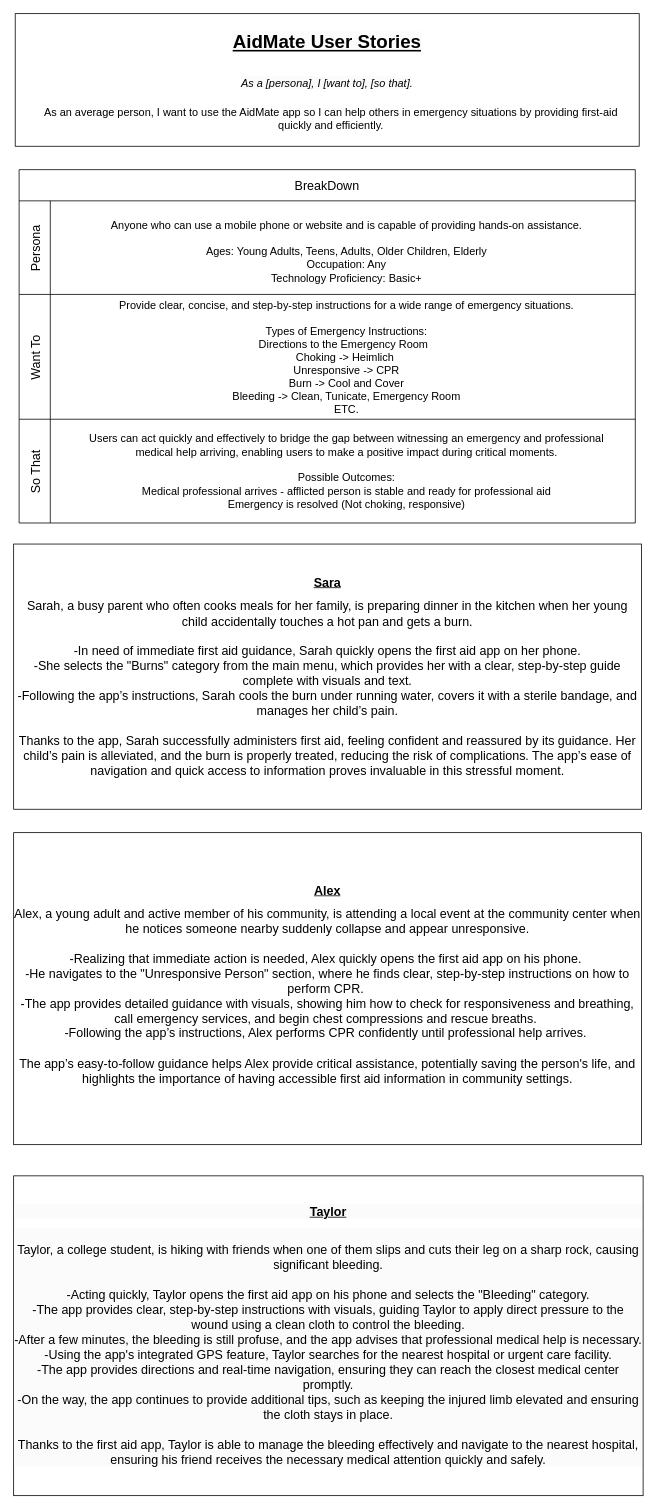
mfmarson/AidMate keeps this draw.io diagram as page "User Story" (3 of 11) of Untitled Diagram.drawio. Above is the earlier version. Source tidied: cells renumbered, new cells numbered last; positions are measured from the earlier drawing's top-left corner, leaving out a move shared by most shapes. Both pictures are drawn from the tidied source at 78%, with x=0, y=0 at pixel (13, 13).
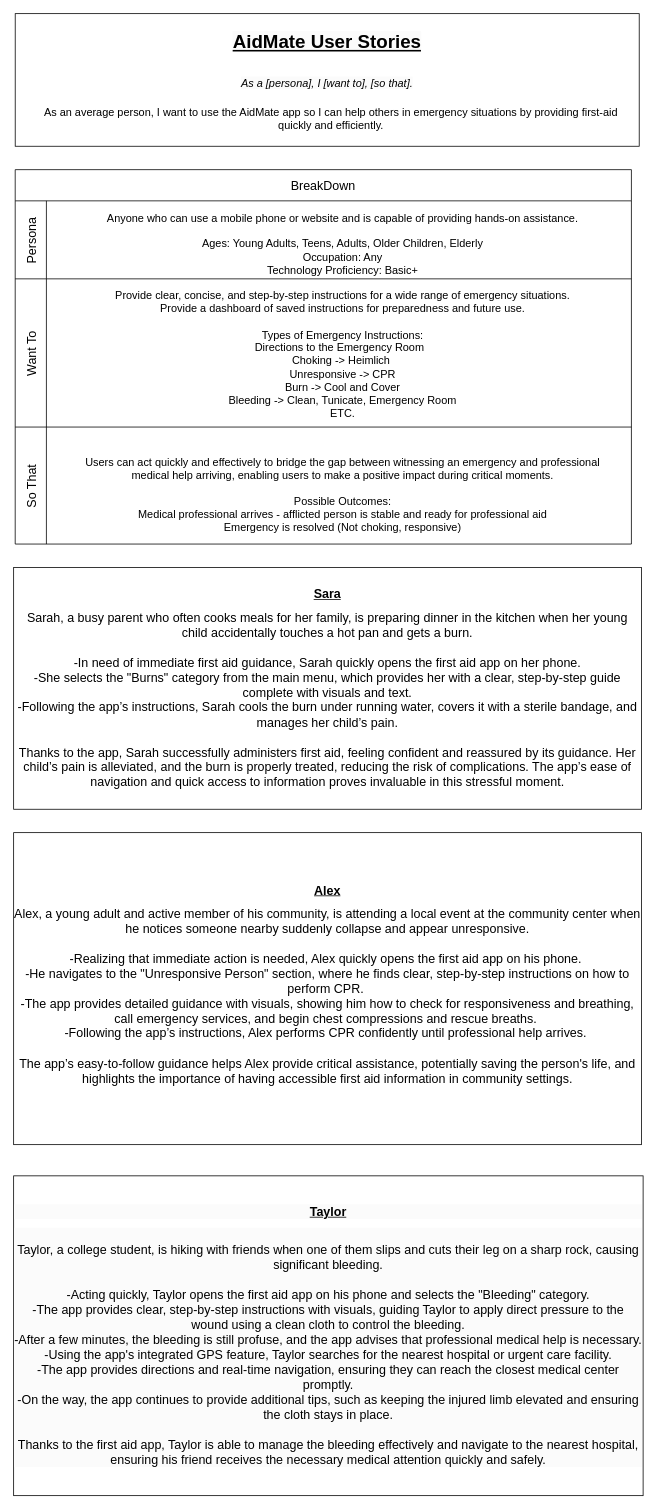
The same diagram, later.

Change to the diagram source:
```diff
@@
 <mxGraphModel>
   <root>
     <mxCell id="0" />
     <mxCell id="1" parent="0" />
     <mxCell id="2" value="&lt;font style=&quot;font-size: 24px;&quot;&gt;&lt;b style=&quot;&quot;&gt;&lt;span style=&quot;color: rgb(0, 0, 0); font-family: Helvetica; font-style: normal; font-variant-ligatures: normal; font-variant-caps: normal; letter-spacing: normal; orphans: 2; text-align: left; text-indent: 0px; text-transform: none; widows: 2; word-spacing: 0px; -webkit-text-stroke-width: 0px; white-space: normal; background-color: rgb(251, 251, 251); text-decoration-thickness: initial; text-decoration-style: initial; text-decoration-color: initial; float: none; display: inline !important;&quot;&gt;&lt;u&gt;AidMate User Stories&lt;/u&gt;&lt;/span&gt;&lt;/b&gt;&lt;/font&gt;&lt;div&gt;&lt;font style=&quot;font-size: 24px;&quot;&gt;&lt;b style=&quot;&quot;&gt;&lt;br style=&quot;forced-color-adjust: none; color: rgb(0, 0, 0); font-family: Helvetica; font-style: normal; font-variant-ligatures: normal; font-variant-caps: normal; letter-spacing: normal; orphans: 2; text-align: left; text-indent: 0px; text-transform: none; widows: 2; word-spacing: 0px; -webkit-text-stroke-width: 0px; white-space: normal; background-color: rgb(251, 251, 251); text-decoration-thickness: initial; text-decoration-style: initial; text-decoration-color: initial;&quot;&gt;&lt;/b&gt;&lt;/font&gt;&lt;div&gt;&lt;font style=&quot;font-size: 14px;&quot;&gt;&lt;span style=&quot;color: rgb(0, 0, 0); font-family: Helvetica; font-variant-ligatures: normal; font-variant-caps: normal; letter-spacing: normal; orphans: 2; text-align: left; text-indent: 0px; text-transform: none; widows: 2; word-spacing: 0px; -webkit-text-stroke-width: 0px; white-space: normal; background-color: rgb(251, 251, 251); text-decoration-thickness: initial; text-decoration-style: initial; text-decoration-color: initial; float: none; display: inline !important;&quot;&gt;&lt;i&gt;As a [persona], I [want to], [so that].&lt;/i&gt;&lt;/span&gt;&lt;/font&gt;&lt;/div&gt;&lt;div&gt;&lt;font style=&quot;font-size: 14px;&quot;&gt;&lt;span style=&quot;color: rgb(0, 0, 0); font-family: Helvetica; font-variant-ligatures: normal; font-variant-caps: normal; letter-spacing: normal; orphans: 2; text-align: left; text-indent: 0px; text-transform: none; widows: 2; word-spacing: 0px; -webkit-text-stroke-width: 0px; white-space: normal; background-color: rgb(251, 251, 251); text-decoration-thickness: initial; text-decoration-style: initial; text-decoration-color: initial; float: none; display: inline !important;&quot;&gt;&lt;i&gt;&lt;br&gt;&lt;/i&gt;&lt;/span&gt;&lt;/font&gt;&lt;/div&gt;&lt;div&gt;&lt;font style=&quot;font-size: 14px;&quot;&gt;&lt;span style=&quot;color: rgb(0, 0, 0); font-family: Helvetica; font-variant-ligatures: normal; font-variant-caps: normal; letter-spacing: normal; orphans: 2; text-align: left; text-indent: 0px; text-transform: none; widows: 2; word-spacing: 0px; -webkit-text-stroke-width: 0px; white-space: normal; background-color: rgb(251, 251, 251); text-decoration-thickness: initial; text-decoration-style: initial; text-decoration-color: initial; float: none; display: inline !important;&quot;&gt;&lt;i&gt;&lt;br&gt;&lt;/i&gt;&lt;/span&gt;&lt;/font&gt;&lt;/div&gt;&lt;div&gt;&lt;font style=&quot;font-size: 14px;&quot;&gt;&lt;span style=&quot;color: rgb(0, 0, 0); font-family: Helvetica; font-variant-ligatures: normal; font-variant-caps: normal; letter-spacing: normal; orphans: 2; text-align: left; text-indent: 0px; text-transform: none; widows: 2; word-spacing: 0px; -webkit-text-stroke-width: 0px; white-space: normal; background-color: rgb(251, 251, 251); text-decoration-thickness: initial; text-decoration-style: initial; text-decoration-color: initial; float: none; display: inline !important;&quot;&gt;&lt;i&gt;&lt;br&gt;&lt;/i&gt;&lt;/span&gt;&lt;/font&gt;&lt;/div&gt;&lt;/div&gt;" style="rounded=0;whiteSpace=wrap;html=1;" parent="1" vertex="1">
       <mxGeometry x="2" width="800" height="170" as="geometry" />
     </mxCell>
     <mxCell id="3" value="&lt;span style=&quot;color: rgb(0, 0, 0); font-family: Helvetica; font-size: 14px; font-style: normal; font-variant-ligatures: normal; font-variant-caps: normal; font-weight: 400; letter-spacing: normal; orphans: 2; text-align: left; text-indent: 0px; text-transform: none; widows: 2; word-spacing: 0px; -webkit-text-stroke-width: 0px; white-space: normal; text-decoration-thickness: initial; text-decoration-style: initial; text-decoration-color: initial; float: none; display: inline !important;&quot;&gt;As an average person, I want to use the AidMate app so I can help others in emergency situations by providing first-aid quickly and efficiently.&lt;/span&gt;" style="text;html=1;align=center;verticalAlign=middle;whiteSpace=wrap;rounded=0;fontSize=14;labelBackgroundColor=default;" parent="1" vertex="1">
       <mxGeometry x="17" y="90" width="780" height="90" as="geometry" />
     </mxCell>
     <mxCell id="4" value="BreakDown" style="shape=table;childLayout=tableLayout;startSize=40;fontSize=16;" parent="1" vertex="1">
-      <mxGeometry x="7" y="200" width="790" height="453" as="geometry" />
+      <mxGeometry x="2" y="200" width="790" height="480" as="geometry" />
     </mxCell>
     <mxCell id="5" value="Persona" style="shape=tableRow;horizontal=0;swimlaneHead=0;swimlaneBody=0;top=0;left=0;strokeColor=inherit;bottom=0;right=0;fontStyle=0;fillColor=none;startSize=40;fontSize=16;" parent="4" vertex="1">
-      <mxGeometry y="40" width="790" height="120" as="geometry" />
+      <mxGeometry y="40" width="790" height="100" as="geometry" />
     </mxCell>
     <mxCell id="6" style="swimlane;swimlaneHead=0;swimlaneBody=0;fontStyle=0;strokeColor=inherit;fillColor=none;startSize=0;fontSize=16;" parent="5" vertex="1">
-      <mxGeometry x="40" width="750" height="120" as="geometry" />
+      <mxGeometry x="40" width="750" height="100" as="geometry" />
     </mxCell>
+    <mxCell id="13" value="Anyone who can use a mobile phone or website and is capable of providing hands-on assistance.&lt;div style=&quot;font-size: 14px;&quot;&gt;&lt;br style=&quot;font-size: 14px;&quot;&gt;&lt;/div&gt;&lt;div style=&quot;font-size: 14px;&quot;&gt;Ages: Young Adults, Teens, Adults, Older Children, Elderly&lt;/div&gt;&lt;div style=&quot;font-size: 14px;&quot;&gt;Occupation: Any&lt;/div&gt;&lt;div style=&quot;font-size: 14px;&quot;&gt;Technology Proficiency: Basic+&lt;/div&gt;" style="text;html=1;align=center;verticalAlign=middle;whiteSpace=wrap;rounded=0;fontSize=14;" parent="6" vertex="1">
+      <mxGeometry x="30" y="10" width="700" height="90" as="geometry" />
+    </mxCell>
     <mxCell id="7" value="Want To" style="shape=tableRow;horizontal=0;swimlaneHead=0;swimlaneBody=0;top=0;left=0;strokeColor=inherit;bottom=0;right=0;fontStyle=0;fillColor=none;startSize=40;fontSize=16;" parent="4" vertex="1">
-      <mxGeometry y="160" width="790" height="160" as="geometry" />
+      <mxGeometry y="140" width="790" height="190" as="geometry" />
     </mxCell>
     <mxCell id="8" style="swimlane;swimlaneHead=0;swimlaneBody=0;fontStyle=0;strokeColor=inherit;fillColor=none;startSize=0;fontSize=16;" parent="7" vertex="1">
-      <mxGeometry x="40" width="750" height="160" as="geometry" />
+      <mxGeometry x="40" width="750" height="190" as="geometry" />
     </mxCell>
-    <mxCell id="9" value="Provide clear, concise, and step-by-step instructions for a wide range of emergency situations.&lt;div style=&quot;font-size: 14px;&quot;&gt;&lt;br style=&quot;font-size: 14px;&quot;&gt;&lt;/div&gt;&lt;div style=&quot;font-size: 14px;&quot;&gt;Types of Emergency Instructions:&lt;/div&gt;&lt;div style=&quot;font-size: 14px;&quot;&gt;Directions to the Emergency Room&amp;nbsp;&amp;nbsp;&lt;br style=&quot;font-size: 14px;&quot;&gt;Choking -&amp;gt; Heimlich&amp;nbsp;&lt;/div&gt;&lt;div style=&quot;font-size: 14px;&quot;&gt;Unresponsive -&amp;gt; CPR&lt;/div&gt;&lt;div style=&quot;font-size: 14px;&quot;&gt;Burn -&amp;gt; Cool and Cover&lt;/div&gt;&lt;div style=&quot;font-size: 14px;&quot;&gt;Bleeding -&amp;gt; Clean, Tunicate, Emergency Room&lt;/div&gt;&lt;div style=&quot;font-size: 14px;&quot;&gt;ETC.&lt;/div&gt;&lt;div style=&quot;font-size: 14px;&quot;&gt;&lt;br style=&quot;font-size: 14px;&quot;&gt;&lt;/div&gt;" style="text;html=1;align=center;verticalAlign=middle;whiteSpace=wrap;rounded=0;fontSize=14;" parent="8" vertex="1">
-      <mxGeometry x="30" y="44" width="700" height="90" as="geometry" />
+    <mxCell id="9" value="Provide clear, concise, and step-by-step instructions for a wide range of emergency situations.&lt;div&gt;Provide a dashboard of saved instructions for preparedness and future use.&lt;br&gt;&lt;div style=&quot;font-size: 14px;&quot;&gt;&lt;br style=&quot;font-size: 14px;&quot;&gt;&lt;/div&gt;&lt;div style=&quot;font-size: 14px;&quot;&gt;Types of Emergency Instructions:&lt;/div&gt;&lt;div style=&quot;font-size: 14px;&quot;&gt;Directions to the Emergency Room&amp;nbsp;&amp;nbsp;&lt;br style=&quot;font-size: 14px;&quot;&gt;Choking -&amp;gt; Heimlich&amp;nbsp;&lt;/div&gt;&lt;div style=&quot;font-size: 14px;&quot;&gt;Unresponsive -&amp;gt; CPR&lt;/div&gt;&lt;div style=&quot;font-size: 14px;&quot;&gt;Burn -&amp;gt; Cool and Cover&lt;/div&gt;&lt;div style=&quot;font-size: 14px;&quot;&gt;Bleeding -&amp;gt; Clean, Tunicate, Emergency Room&lt;/div&gt;&lt;div style=&quot;font-size: 14px;&quot;&gt;ETC.&lt;/div&gt;&lt;div style=&quot;font-size: 14px;&quot;&gt;&lt;br style=&quot;font-size: 14px;&quot;&gt;&lt;/div&gt;&lt;/div&gt;" style="text;html=1;align=center;verticalAlign=middle;whiteSpace=wrap;rounded=0;fontSize=14;" parent="8" vertex="1">
+      <mxGeometry x="30" y="60" width="700" height="90" as="geometry" />
     </mxCell>
     <mxCell id="10" value="So That" style="shape=tableRow;horizontal=0;swimlaneHead=0;swimlaneBody=0;top=0;left=0;strokeColor=inherit;bottom=0;right=0;fontStyle=0;fillColor=none;startSize=40;fontSize=16;" parent="4" vertex="1">
-      <mxGeometry y="320" width="790" height="133" as="geometry" />
+      <mxGeometry y="330" width="790" height="150" as="geometry" />
     </mxCell>
     <mxCell id="11" style="swimlane;swimlaneHead=0;swimlaneBody=0;fontStyle=0;strokeColor=inherit;fillColor=none;startSize=0;fontSize=16;" parent="10" vertex="1">
-      <mxGeometry x="40" width="750" height="133" as="geometry" />
+      <mxGeometry x="40" width="750" height="150" as="geometry" />
     </mxCell>
     <mxCell id="12" value="Users can act quickly and effectively to bridge the gap between witnessing an emergency and professional medical help arriving, enabling users to make a positive impact during critical moments.&lt;div style=&quot;font-size: 14px;&quot;&gt;&lt;br style=&quot;font-size: 14px;&quot;&gt;&lt;/div&gt;&lt;div style=&quot;font-size: 14px;&quot;&gt;Possible Outcomes:&lt;/div&gt;&lt;div style=&quot;font-size: 14px;&quot;&gt;Medical professional arrives - afflicted person is stable and ready for professional aid&lt;/div&gt;&lt;div style=&quot;font-size: 14px;&quot;&gt;Emergency is resolved (Not choking, responsive)&lt;/div&gt;&lt;div style=&quot;font-size: 14px;&quot;&gt;&lt;br style=&quot;font-size: 14px;&quot;&gt;&lt;/div&gt;" style="text;html=1;align=center;verticalAlign=middle;whiteSpace=wrap;rounded=0;fontSize=14;" parent="11" vertex="1">
-      <mxGeometry x="30" y="30" width="700" height="90" as="geometry" />
+      <mxGeometry x="30" y="50" width="700" height="90" as="geometry" />
     </mxCell>
-    <mxCell id="13" value="Anyone who can use a mobile phone or website and is capable of providing hands-on assistance.&lt;div style=&quot;font-size: 14px;&quot;&gt;&lt;br style=&quot;font-size: 14px;&quot;&gt;&lt;/div&gt;&lt;div style=&quot;font-size: 14px;&quot;&gt;Ages: Young Adults, Teens, Adults, Older Children, Elderly&lt;/div&gt;&lt;div style=&quot;font-size: 14px;&quot;&gt;Occupation: Any&lt;/div&gt;&lt;div style=&quot;font-size: 14px;&quot;&gt;Technology Proficiency: Basic+&lt;/div&gt;" style="text;html=1;align=center;verticalAlign=middle;whiteSpace=wrap;rounded=0;fontSize=14;" parent="1" vertex="1">
-      <mxGeometry x="77" y="260" width="700" height="90" as="geometry" />
-    </mxCell>
     <mxCell id="14" value="&lt;h1 style=&quot;forced-color-adjust: none; margin-top: 0px; font-size: 16px;&quot;&gt;&lt;u style=&quot;forced-color-adjust: none; font-size: 16px;&quot;&gt;Sara&lt;/u&gt;&lt;/h1&gt;&lt;div style=&quot;forced-color-adjust: none; font-size: 16px;&quot;&gt;&lt;div style=&quot;forced-color-adjust: none; font-size: 16px;&quot;&gt;&lt;font style=&quot;forced-color-adjust: none; font-size: 16px;&quot;&gt;Sarah, a busy parent who often cooks meals for her family, is preparing dinner in the kitchen when her young child accidentally touches a hot pan and gets a burn.&lt;/font&gt;&lt;/div&gt;&lt;div style=&quot;forced-color-adjust: none; font-size: 16px;&quot;&gt;&lt;font style=&quot;forced-color-adjust: none; font-size: 16px;&quot;&gt;&lt;br style=&quot;forced-color-adjust: none; font-size: 16px;&quot;&gt;-In need of immediate first aid guidance, Sarah quickly opens the first aid app on her phone.&lt;br style=&quot;forced-color-adjust: none; font-size: 16px;&quot;&gt;-She selects the &quot;Burns&quot; category from the main menu, which provides her with a clear, step-by-step guide complete with&lt;span style=&quot;forced-color-adjust: none; white-space: pre; font-size: 16px;&quot;&gt;&lt;span style=&quot;white-space: pre; font-size: 16px;&quot;&gt;&amp;nbsp;&lt;/span&gt;&lt;/span&gt;visuals and text.&lt;br style=&quot;forced-color-adjust: none; font-size: 16px;&quot;&gt;-Following the app’s instructions, Sarah cools the burn under running water, covers it with a sterile bandage, and manages her child’s pain.&lt;br style=&quot;forced-color-adjust: none; font-size: 16px;&quot;&gt;&lt;br style=&quot;forced-color-adjust: none; font-size: 16px;&quot;&gt;Thanks to the app, Sarah successfully administers first aid, feeling confident and reassured by its guidance. Her child’s pain is alleviated, and the burn is properly treated, reducing the risk of complications. The app’s ease of navigation and quick access to information proves invaluable in this stressful moment.&lt;/font&gt;&lt;/div&gt;&lt;/div&gt;" style="rounded=0;whiteSpace=wrap;html=1;fontSize=16;align=center;" parent="1" vertex="1">
-      <mxGeometry y="680" width="805" height="340" as="geometry" />
+      <mxGeometry y="710" width="805" height="310" as="geometry" />
     </mxCell>
     <mxCell id="15" value="&lt;h1 style=&quot;margin-top: 0px; font-size: 16px;&quot;&gt;&lt;u style=&quot;font-size: 16px;&quot;&gt;Alex&lt;/u&gt;&lt;/h1&gt;&lt;h1 style=&quot;margin-top: 0px; font-size: 16px;&quot;&gt;&lt;div style=&quot;font-size: 16px;&quot;&gt;&lt;div style=&quot;font-size: 16px;&quot;&gt;&lt;span style=&quot;background-color: initial; font-weight: normal; font-size: 16px;&quot;&gt;&lt;font style=&quot;font-size: 16px;&quot;&gt;Alex, a young adult and active member of his community, is attending a local event at the community center when he notices someone nearby suddenly collapse and appear unresponsive.&lt;/font&gt;&lt;/span&gt;&lt;/div&gt;&lt;font style=&quot;font-weight: normal; font-size: 16px;&quot;&gt;&lt;div style=&quot;font-size: 16px;&quot;&gt;&lt;br style=&quot;font-size: 16px;&quot;&gt;&lt;/div&gt;&lt;div style=&quot;font-size: 16px;&quot;&gt;&lt;span style=&quot;background-color: initial; font-size: 16px;&quot;&gt;-Realizing that immediate action is needed, Alex quickly opens the first aid app on his phone.&amp;nbsp;&lt;/span&gt;&lt;/div&gt;&lt;/font&gt;&lt;/div&gt;&lt;div style=&quot;font-size: 16px;&quot;&gt;&lt;font style=&quot;font-weight: normal; font-size: 16px;&quot;&gt;-He navigates to the &quot;Unresponsive Person&quot; section, where he finds clear, step-by-step instructions on how to perform CPR.&amp;nbsp;&lt;/font&gt;&lt;/div&gt;&lt;div style=&quot;font-size: 16px;&quot;&gt;&lt;font style=&quot;font-weight: normal; font-size: 16px;&quot;&gt;-The app provides detailed guidance with visuals, showing him how to check for responsiveness and breathing, call emergency services, and begin chest compressions and rescue breaths.&amp;nbsp;&lt;/font&gt;&lt;/div&gt;&lt;div style=&quot;font-size: 16px;&quot;&gt;&lt;font style=&quot;font-weight: normal; font-size: 16px;&quot;&gt;-Following the app’s instructions, Alex performs CPR confidently until professional help arrives.&amp;nbsp;&lt;/font&gt;&lt;/div&gt;&lt;div style=&quot;font-size: 16px;&quot;&gt;&lt;font style=&quot;font-weight: normal; font-size: 16px;&quot;&gt;&lt;br style=&quot;font-size: 16px;&quot;&gt;&lt;/font&gt;&lt;/div&gt;&lt;div style=&quot;font-size: 16px;&quot;&gt;&lt;font style=&quot;font-weight: normal; font-size: 16px;&quot;&gt;The app’s easy-to-follow guidance helps Alex provide critical assistance, potentially saving the person's life, and highlights the importance of having accessible first aid information in community settings.&lt;/font&gt;&lt;/div&gt;&lt;/h1&gt;" style="rounded=0;whiteSpace=wrap;html=1;align=center;fontSize=16;" parent="1" vertex="1">
       <mxGeometry y="1050" width="805" height="400" as="geometry" />
     </mxCell>
     <mxCell id="16" value="&lt;h1 style=&quot;forced-color-adjust: none; color: rgb(0, 0, 0); font-family: Helvetica; font-style: normal; font-variant-ligatures: normal; font-variant-caps: normal; letter-spacing: normal; orphans: 2; text-indent: 0px; text-transform: none; widows: 2; word-spacing: 0px; -webkit-text-stroke-width: 0px; white-space: normal; background-color: rgb(251, 251, 251); text-decoration-thickness: initial; text-decoration-style: initial; text-decoration-color: initial; margin-top: 0px; font-size: 16px;&quot;&gt;&lt;span style=&quot;forced-color-adjust: none; background-color: initial; font-size: 16px;&quot;&gt;&lt;u style=&quot;forced-color-adjust: none; font-size: 16px;&quot;&gt;Taylor&lt;/u&gt;&lt;/span&gt;&lt;/h1&gt;&lt;div style=&quot;forced-color-adjust: none; color: rgb(0, 0, 0); font-family: Helvetica; font-size: 16px; font-style: normal; font-variant-ligatures: normal; font-variant-caps: normal; font-weight: 400; letter-spacing: normal; orphans: 2; text-indent: 0px; text-transform: none; widows: 2; word-spacing: 0px; -webkit-text-stroke-width: 0px; white-space: normal; background-color: rgb(251, 251, 251); text-decoration-thickness: initial; text-decoration-style: initial; text-decoration-color: initial;&quot;&gt;&lt;div style=&quot;forced-color-adjust: none; font-size: 16px;&quot;&gt;&lt;br style=&quot;forced-color-adjust: none; font-size: 16px;&quot;&gt;&lt;/div&gt;&lt;div style=&quot;forced-color-adjust: none; font-size: 16px;&quot;&gt;&lt;div style=&quot;forced-color-adjust: none; font-size: 16px;&quot;&gt;&lt;font style=&quot;forced-color-adjust: none; font-size: 16px;&quot;&gt;Taylor, a college student, is hiking with friends when one of them slips and cuts their leg on a sharp rock, causing significant bleeding.&lt;br style=&quot;forced-color-adjust: none; font-size: 16px;&quot;&gt;&lt;br style=&quot;forced-color-adjust: none; font-size: 16px;&quot;&gt;-Acting quickly, Taylor opens the first aid app on his phone and selects the &quot;Bleeding&quot; category.&lt;br style=&quot;forced-color-adjust: none; font-size: 16px;&quot;&gt;-The app provides clear, step-by-step instructions with visuals, guiding Taylor to apply direct pressure to the wound using a clean cloth to control the bleeding.&lt;br style=&quot;forced-color-adjust: none; font-size: 16px;&quot;&gt;-After a few minutes, the bleeding is still profuse, and the app advises that professional medical help is necessary.&lt;/font&gt;&lt;/div&gt;&lt;div style=&quot;forced-color-adjust: none; font-size: 16px;&quot;&gt;&lt;span style=&quot;forced-color-adjust: none; font-size: 16px; background-color: initial;&quot;&gt;-Using the app's integrated GPS feature, Taylor searches for the nearest hospital or urgent care facility.&lt;br style=&quot;forced-color-adjust: none; font-size: 16px;&quot;&gt;-The app provides directions and real-time navigation, ensuring they can reach the closest medical center promptly.&lt;br style=&quot;forced-color-adjust: none; font-size: 16px;&quot;&gt;-On the way, the app continues to provide additional tips, such as keeping the injured limb elevated and ensuring the cloth stays in place.&lt;br style=&quot;forced-color-adjust: none; font-size: 16px;&quot;&gt;&lt;br style=&quot;forced-color-adjust: none; font-size: 16px;&quot;&gt;Thanks to the first aid app, Taylor is able to manage the bleeding effectively and navigate to the nearest hospital, ensuring his friend receives the necessary medical attention quickly and safely.&lt;/span&gt;&lt;/div&gt;&lt;/div&gt;&lt;/div&gt;" style="rounded=0;whiteSpace=wrap;html=1;align=center;fontSize=16;" parent="1" vertex="1">
       <mxGeometry y="1490" width="807" height="410" as="geometry" />
     </mxCell>
   </root>
 </mxGraphModel>
```
